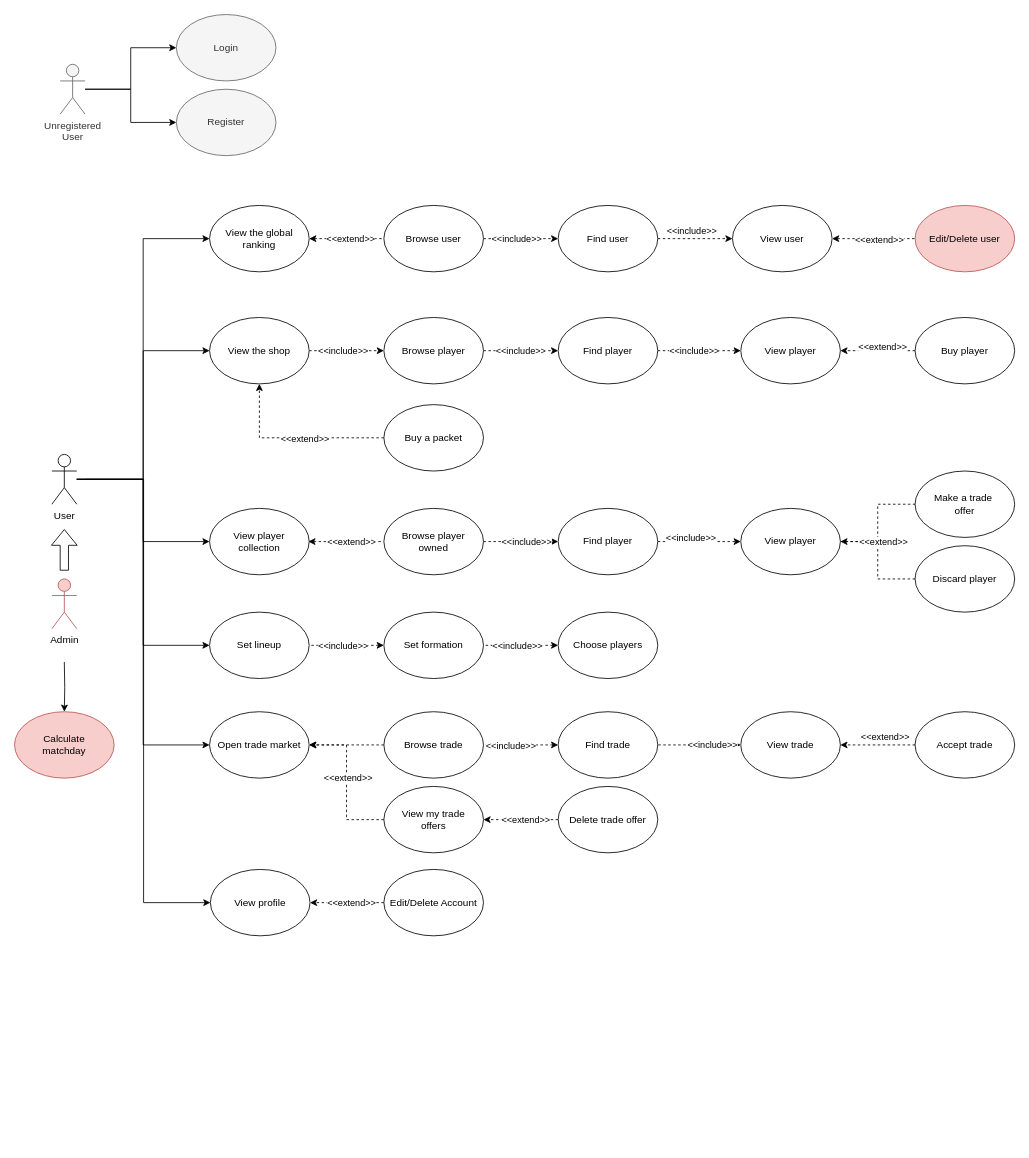
Earlier version of the draw.io diagram page "UML Use Cases" (1 of 3) of Documentation/ProjectUML.drawio (Plaza99/FantaManager). Source tidied: cells renumbered, new cells numbered last; positions are measured from the earlier drawing's top-left corner, leaving out a move shared by most shapes. Both pictures are drawn from the tidied source at 83%, with x=0, y=0 at pixel (14, 14).
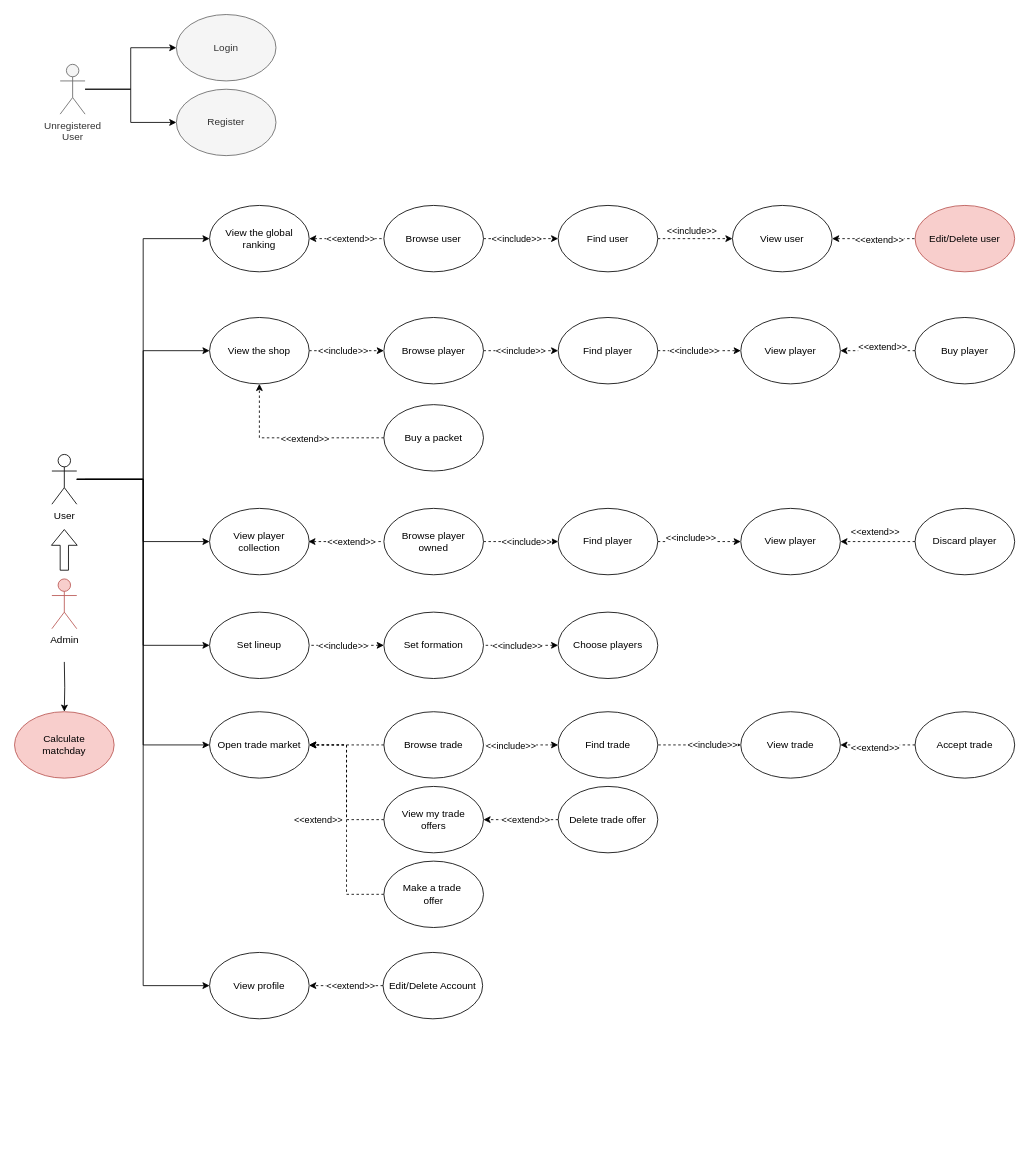
After the change.

Unchanged cells that the change refers to:
```xml
<mxCell id="59" value="View player" style="ellipse;whiteSpace=wrap;html=1;" parent="1" vertex="1">
  <mxGeometry x="875" y="595" width="120" height="80" as="geometry" />
</mxCell>
<mxCell id="69" value="Open trade market" style="ellipse;whiteSpace=wrap;html=1;" parent="1" vertex="1">
  <mxGeometry x="235" y="840" width="120" height="80" as="geometry" />
</mxCell>
<mxCell id="80" style="edgeStyle=orthogonalEdgeStyle;rounded=0;jettySize=auto;html=1;dashed=1;startArrow=none;startFill=0;endArrow=classic;endFill=1;entryX=1;entryY=0.5;entryDx=0;entryDy=0;" parent="1" edge="1" source="82" target="69">
  <mxGeometry relative="1" as="geometry" />
</mxCell>
```

Change to the diagram source:
```diff
@@
-    <mxCell id="55" style="edgeStyle=orthogonalEdgeStyle;rounded=0;jettySize=auto;html=1;entryX=0;entryY=0.5;entryDx=0;entryDy=0;dashed=1;startArrow=classic;startFill=1;endArrow=none;endFill=0;" parent="1" edge="1" source="59" target="61">
-      <mxGeometry relative="1" as="geometry" />
-    </mxCell>
-    <mxCell id="56" style="edgeStyle=orthogonalEdgeStyle;rounded=0;jettySize=auto;html=1;dashed=1;startArrow=none;startFill=0;endArrow=none;endFill=0;" parent="1" edge="1" source="59" target="60">
-      <mxGeometry relative="1" as="geometry" />
-    </mxCell>
-    <mxCell id="57" value="&amp;lt;&amp;lt;extend&amp;gt;&amp;gt;" style="edgeLabel;html=1;align=center;verticalAlign=middle;" parent="56" vertex="1">
-      <mxGeometry x="-0.39" y="1" relative="1" as="geometry">
-        <mxPoint x="10" y="1" as="offset" />
-      </mxGeometry>
-    </mxCell>
-    <mxCell id="58" value="&amp;lt;&amp;lt;extend&amp;gt;&amp;gt;" style="edgeLabel;html=1;align=center;verticalAlign=middle;" parent="56" vertex="1">
-      <mxGeometry x="-0.39" y="1" relative="1" as="geometry">
-        <mxPoint x="12.9" y="236" as="offset" />
-      </mxGeometry>
-    </mxCell>
@@
-    <mxCell id="60" value="Discard player" style="ellipse;whiteSpace=wrap;html=1;" parent="1" vertex="1">
-      <mxGeometry x="1085" y="640" width="120" height="80" as="geometry" />
-    </mxCell>
-    <mxCell id="61" value="Make a trade&amp;nbsp;&lt;br&gt;offer" style="ellipse;whiteSpace=wrap;html=1;" parent="1" vertex="1">
-      <mxGeometry x="1085" y="550" width="120" height="80" as="geometry" />
-    </mxCell>
@@
     <mxCell id="81" value="&amp;lt;&amp;lt;extend&amp;gt;&amp;gt;" style="edgeLabel;html=1;align=center;verticalAlign=middle;" parent="80" vertex="1">
       <mxGeometry x="0.01" y="-1" relative="1" as="geometry">
-        <mxPoint y="-4.2" as="offset" />
+        <mxPoint x="-36" y="45.5" as="offset" />
       </mxGeometry>
     </mxCell>
@@
     <mxCell id="83" value="View profile" style="ellipse;whiteSpace=wrap;html=1;" parent="1" vertex="1">
-      <mxGeometry x="236" y="1030" width="120" height="80" as="geometry" />
+      <mxGeometry x="235" y="1130" width="120" height="80" as="geometry" />
     </mxCell>
     <mxCell id="84" style="edgeStyle=orthogonalEdgeStyle;rounded=0;jettySize=auto;html=1;entryX=1;entryY=0.5;entryDx=0;entryDy=0;dashed=1;startArrow=none;startFill=0;endArrow=classic;endFill=1;" parent="1" edge="1" source="86" target="83">
       <mxGeometry relative="1" as="geometry">
         <Array as="points">
-          <mxPoint x="395" y="1070" />
-          <mxPoint x="395" y="1070" />
+          <mxPoint x="394" y="1170" />
+          <mxPoint x="394" y="1170" />
         </Array>
       </mxGeometry>
     </mxCell>
@@
     <mxCell id="86" value="Edit/Delete Account" style="ellipse;whiteSpace=wrap;html=1;" parent="1" vertex="1">
-      <mxGeometry x="445" y="1030" width="120" height="80" as="geometry" />
+      <mxGeometry x="444" y="1130" width="120" height="80" as="geometry" />
     </mxCell>
@@
+    <mxCell id="91" value="&amp;lt;&amp;lt;extend&amp;gt;&amp;gt;" style="edgeLabel;html=1;align=center;verticalAlign=middle;" parent="1" vertex="1">
+      <mxGeometry x="415" y="1100" as="geometry">
+        <mxPoint x="621" y="-477" as="offset" />
+      </mxGeometry>
+    </mxCell>
+    <mxCell id="92" style="edgeStyle=orthogonalEdgeStyle;rounded=0;jettySize=auto;html=1;entryX=1;entryY=0.5;entryDx=0;entryDy=0;dashed=1;" parent="1" edge="1" source="60" target="59">
+      <mxGeometry relative="1" as="geometry" />
+    </mxCell>
+    <mxCell id="60" value="Discard player" style="ellipse;whiteSpace=wrap;html=1;" parent="1" vertex="1">
+      <mxGeometry x="1085" y="595" width="120" height="80" as="geometry" />
+    </mxCell>
+    <mxCell id="93" style="edgeStyle=orthogonalEdgeStyle;rounded=0;jettySize=auto;html=1;entryX=1;entryY=0.5;entryDx=0;entryDy=0;dashed=1;" parent="1" edge="1" source="61" target="69">
+      <mxGeometry relative="1" as="geometry" />
+    </mxCell>
+    <mxCell id="61" value="Make a trade&amp;nbsp;&lt;br&gt;offer" style="ellipse;whiteSpace=wrap;html=1;" parent="1" vertex="1">
+      <mxGeometry x="445" y="1020" width="120" height="80" as="geometry" />
+    </mxCell>
+    <mxCell id="94" value="&amp;lt;&amp;lt;extend&amp;gt;&amp;gt;" style="edgeLabel;html=1;align=center;verticalAlign=middle;" parent="1" vertex="1">
+      <mxGeometry x="415" y="1360" as="geometry">
+        <mxPoint x="621" y="-477" as="offset" />
+      </mxGeometry>
+    </mxCell>
```
